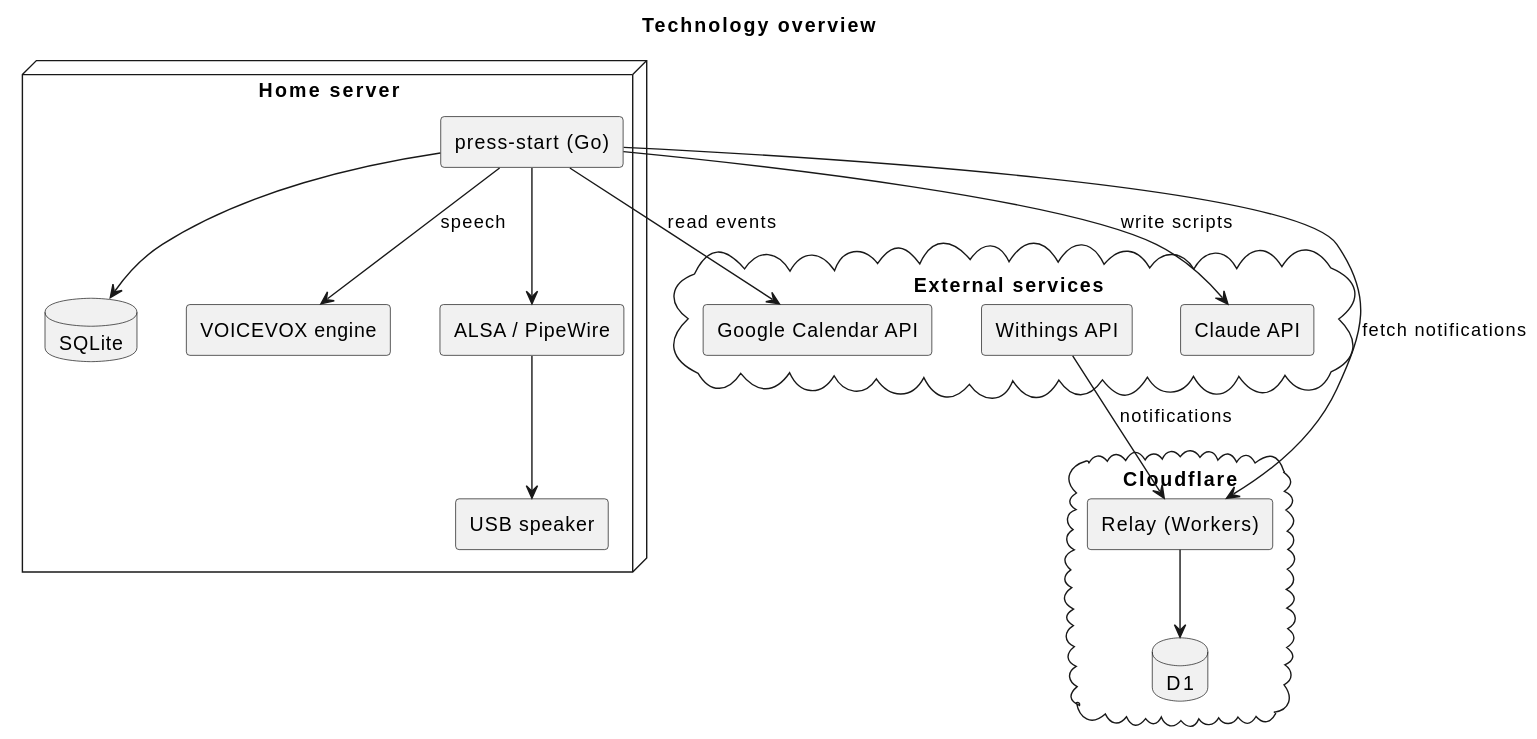
Above: docs/ja/requirements/technology.svg in cloveclovedev/press-start (PlantUML), before the change.
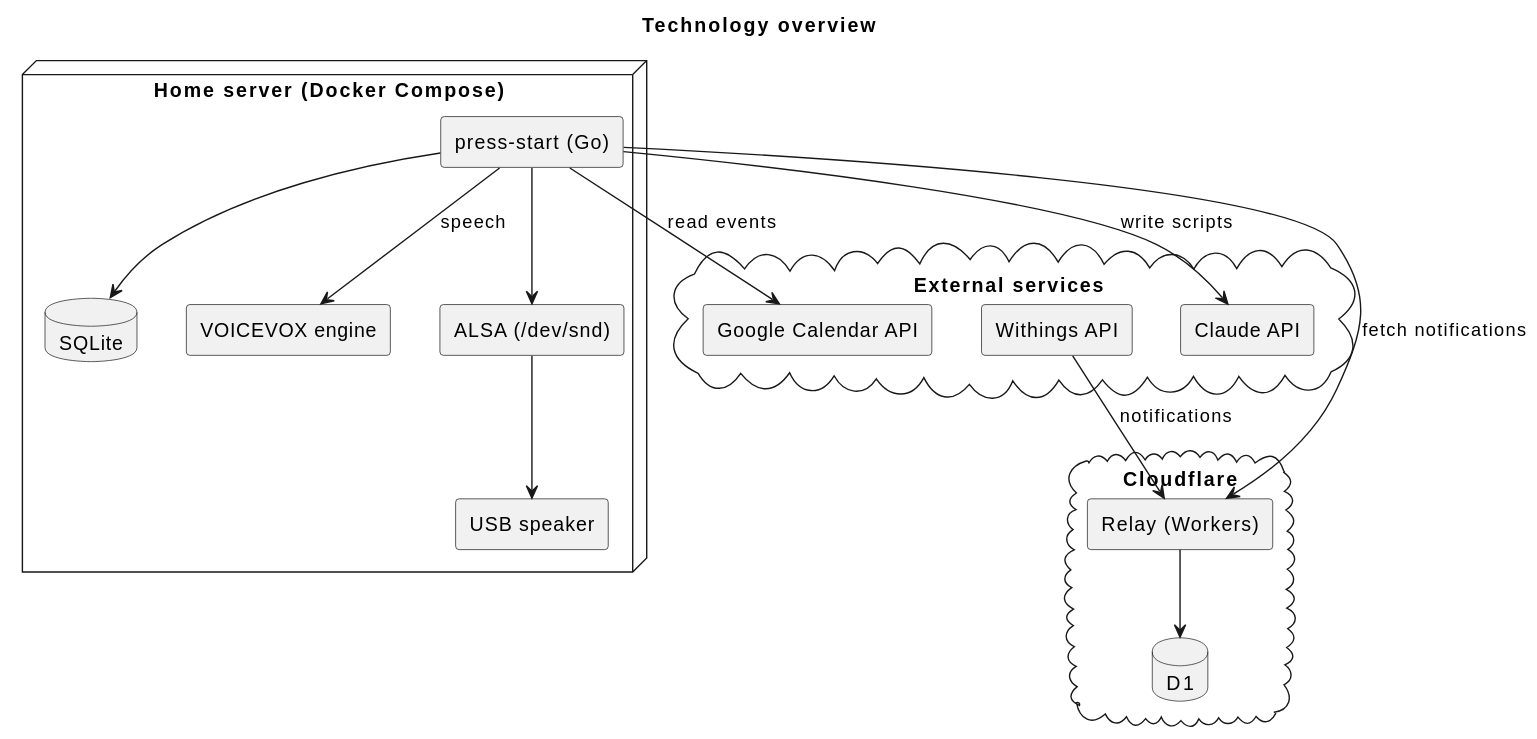
The same diagram one commit later.

Commit message:
docs(requirements): run on Docker Compose and play through ALSA directly

Claude-Session: https://claude.ai/code/session_01TFZkofXaDzgbSPfhvi1zni

Change to the diagram source:
```diff
@@ -12,11 +12,11 @@
   [Relay (Workers)] as relay
   database "D1" as d1
 }
-node "Home server" {
+node "Home server (Docker Compose)" {
   [press-start (Go)] as app
   database "SQLite" as db
   [VOICEVOX engine] as tts
-  [ALSA / PipeWire] as audio
+  [ALSA (/dev/snd)] as audio
   [USB speaker] as speaker
 }
 
```
